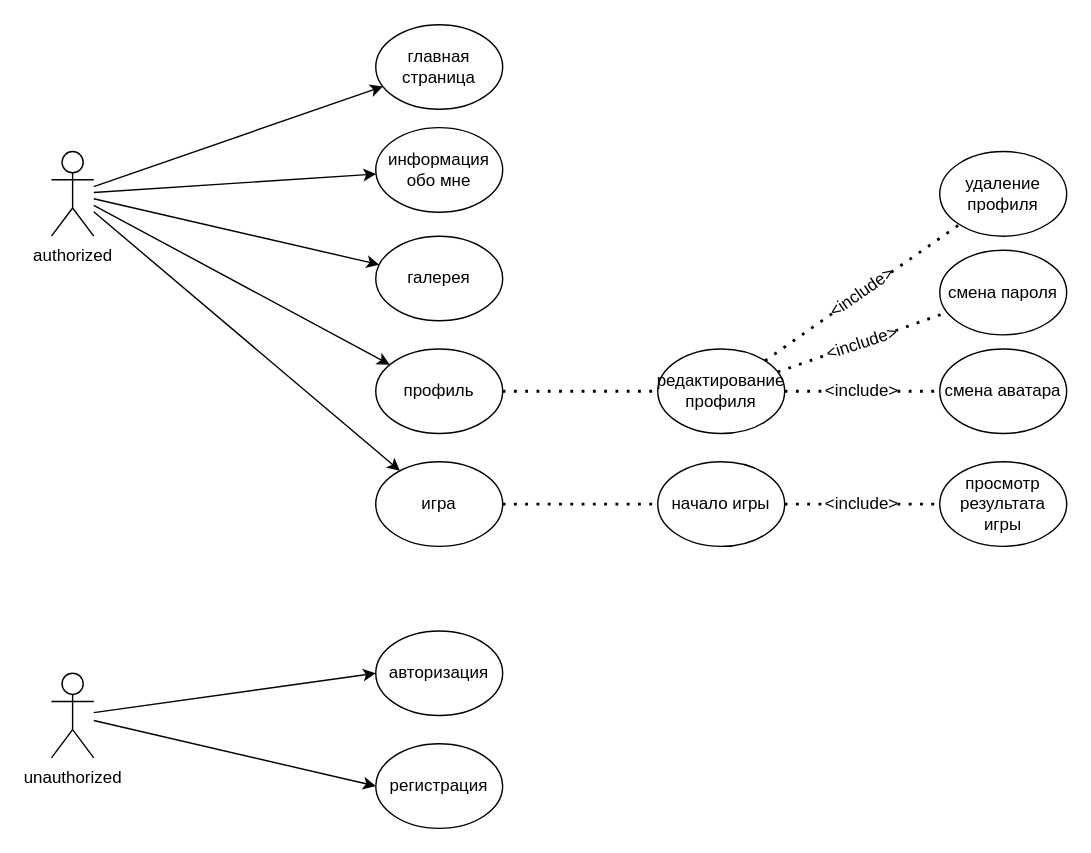
This is ЧМИ/Диаграмма без названия.drawio from TrahOff/HMI, a draw.io file, before an edit. Source tidied: cells renumbered, new cells numbered last; positions are measured from the earlier drawing's top-left corner, leaving out a move shared by most shapes. Both pictures are drawn from the tidied source at 141%, with x=0, y=0 at pixel (51, 24).
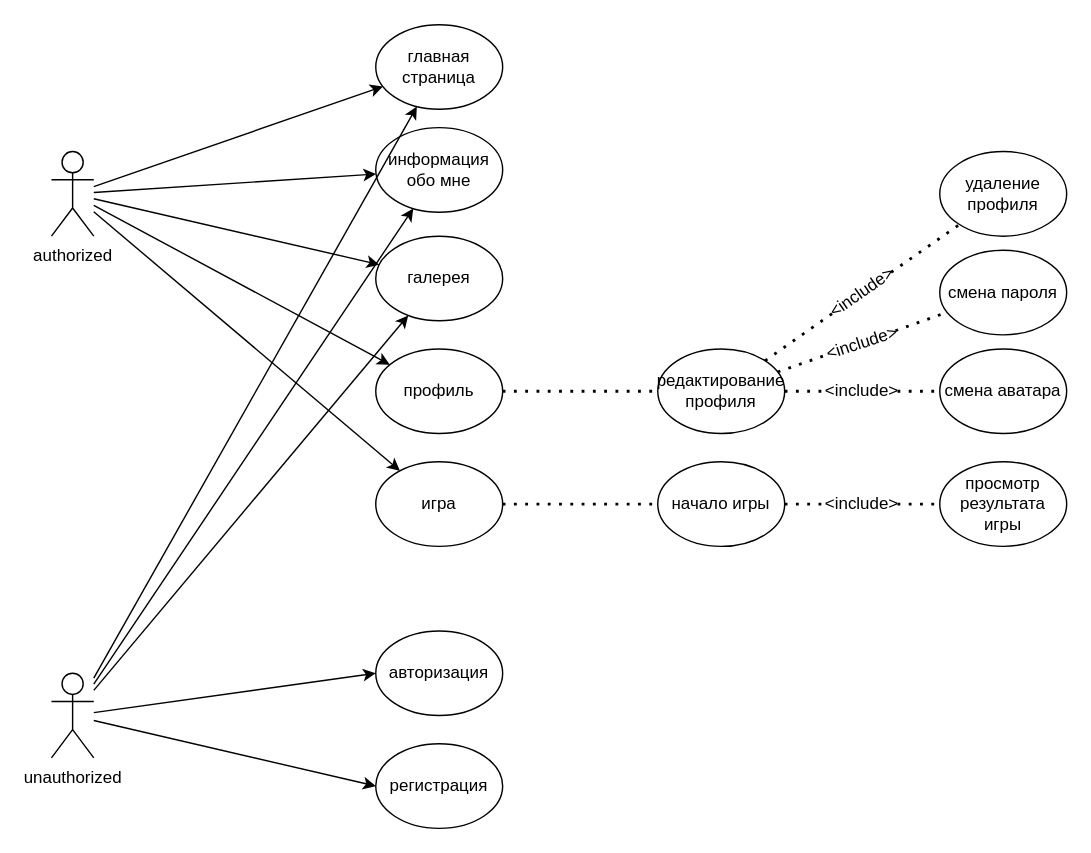
After the change.

Unchanged cells that the change refers to:
```xml
<mxCell id="3" value="главная страница" style="ellipse;whiteSpace=wrap;html=1;" parent="1" vertex="1">
  <mxGeometry x="230" width="90" height="60" as="geometry" />
</mxCell>
<mxCell id="4" value="информация обо мне" style="ellipse;whiteSpace=wrap;html=1;" parent="1" vertex="1">
  <mxGeometry x="230" y="73" width="90" height="60" as="geometry" />
</mxCell>
<mxCell id="5" value="галерея" style="ellipse;whiteSpace=wrap;html=1;" parent="1" vertex="1">
  <mxGeometry x="230" y="150" width="90" height="60" as="geometry" />
</mxCell>
<mxCell id="13" value="unauthorized" style="shape=umlActor;verticalLabelPosition=bottom;verticalAlign=top;html=1;outlineConnect=0;" parent="12" vertex="1">
  <mxGeometry y="30" width="30" height="60" as="geometry" />
</mxCell>
```

What changed in the source:
```diff
@@
+    <mxCell id="39" style="endArrow=classic;html=1;rounded=0;" parent="1" edge="1" source="13" target="3">
+      <mxGeometry relative="1" as="geometry" />
+    </mxCell>
+    <mxCell id="40" style="endArrow=classic;html=1;rounded=0;" parent="1" edge="1" source="13" target="4">
+      <mxGeometry relative="1" as="geometry" />
+    </mxCell>
+    <mxCell id="41" style="endArrow=classic;html=1;rounded=0;" parent="1" edge="1" source="13" target="5">
+      <mxGeometry relative="1" as="geometry" />
+    </mxCell>
```
